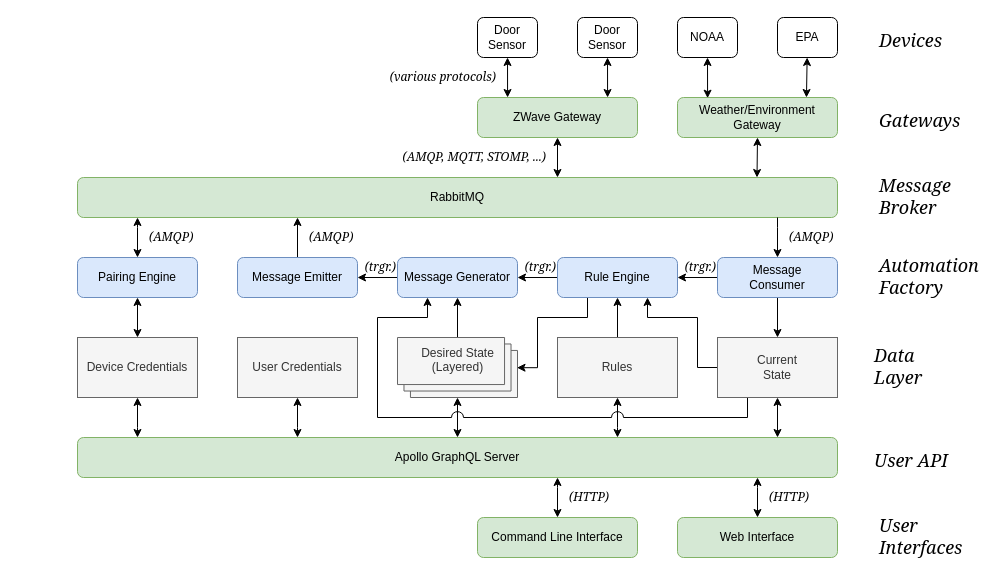
Earlier version of the draw.io diagram docs/architecture.drawio (mikecamilleri/tilde). Source tidied: cells renumbered, new cells numbered last; positions are measured from the earlier drawing's top-left corner, leaving out a move shared by most shapes. Both pictures are drawn from the tidied source at 100%, with x=0, y=0 at pixel (77, 17).
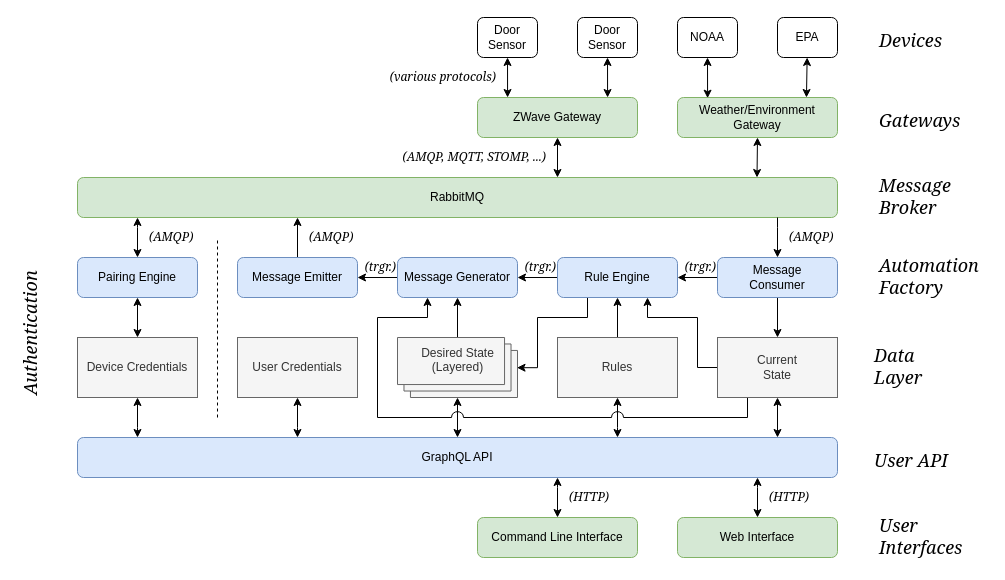
Above is the later version.

Commit message (it also covers changes not shown here):
make GraphQL API integral to the core

The edit, as a diff of the source:
```diff
@@
-    <mxCell id="35" value="Apollo GraphQL Server" style="rounded=1;whiteSpace=wrap;html=1;fillColor=#d5e8d4;strokeColor=#82b366;rotation=0;" parent="1" vertex="1">
+    <mxCell id="35" value="GraphQL API" style="rounded=1;whiteSpace=wrap;html=1;fillColor=#dae8fc;strokeColor=#6c8ebf;rotation=0;" parent="1" vertex="1">
       <mxGeometry y="420" width="760" height="40" as="geometry" />
     </mxCell>
@@
+    <mxCell id="66" style="endArrow=none;dashed=1;html=1;" parent="1" edge="1">
+      <mxGeometry relative="1" as="geometry">
+        <mxPoint x="140" y="400" as="sourcePoint" />
+        <mxPoint x="140" y="220" as="targetPoint" />
+      </mxGeometry>
+    </mxCell>
+    <mxCell id="67" value="&lt;font style=&quot;font-size: 18px&quot;&gt;&lt;span style=&quot;font-size: 18px&quot;&gt;&lt;i style=&quot;font-size: 18px&quot;&gt;Authentication&lt;/i&gt;&lt;/span&gt;&lt;/font&gt;" style="text;html=1;align=left;verticalAlign=top;spacingTop=-4;fontStyle=0;fontFamily=Georgia;fontSize=18;rotation=-90;" parent="1" vertex="1">
+      <mxGeometry x="-120" y="300" width="140" height="20" as="geometry" />
+    </mxCell>
```
